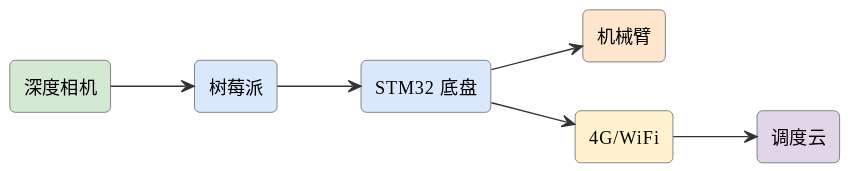
Before: assets/diagrams/ideas-fig20.svg, a diagram exported from PlantUML (mingyi0818/IntelligentMcuCourse).
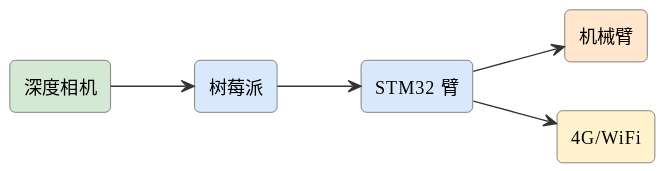
Later version of the same file.

Diff of the diagram source:
```diff
@@ -8,13 +8,11 @@
 left to right direction
 rectangle "深度相机" as cam #d5e8d4
 rectangle "树莓派" as pi #dae8fc
-rectangle "STM32 底盘" as stm #dae8fc
+rectangle "STM32 臂" as stm #dae8fc
 rectangle "机械臂" as arm #ffe6cc
-rectangle "4G/WiFi" as g #fff2cc
-rectangle "调度云" as cloud #e1d5e8
+rectangle "4G/WiFi" as net #fff2cc
 cam --> pi
 pi --> stm
 stm --> arm
-stm --> g
-g --> cloud
+stm --> net
 @enduml
```
